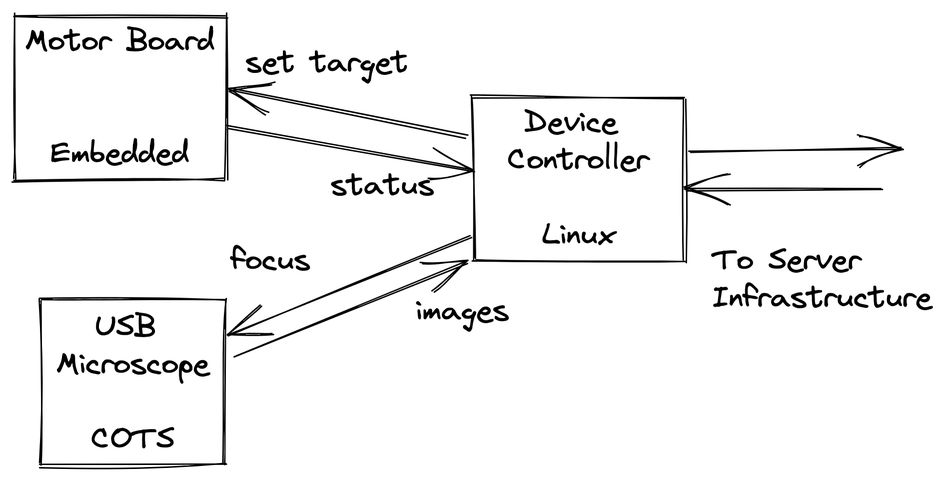
Earlier version of the Excalidraw export passaging-device.excalidraw.png (alsuren/interview-2022-10-31). Source tidied: one line per element, renumbered; positions are measured from the earlier drawing's top-left corner, leaving out a move shared by most shapes.
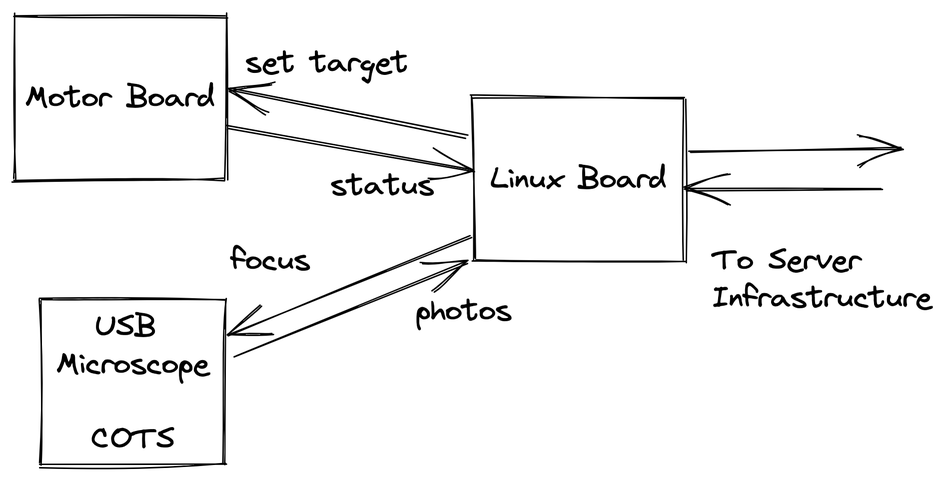
The same file after the commit.

Commit message:
distributed monolith architecture

Change to the diagram source:
```diff
@@ -1,9 +1,9 @@
 {"id": 0, "type": "rectangle", "strokeColor": "#000000", "strokeWidth": 1, "roughness": 1, "x": 0, "y": 0, "width": 140, "height": 110}
-{"id": 1, "type": "text", "text": "Motor Board\n\n\nEmbedded", "strokeColor": "#000000", "strokeWidth": 1, "roughness": 1, "fontSize": 20, "fontFamily": 1, "textAlign": "center", "verticalAlign": "middle", "inside": 0, "x": 5, "y": 5, "width": 130, "height": 100}
+{"id": 1, "type": "text", "text": "Motor Board", "strokeColor": "#000000", "strokeWidth": 1, "roughness": 1, "fontSize": 20, "fontFamily": 1, "textAlign": "center", "verticalAlign": "middle", "inside": 0, "x": 5, "y": 42, "width": 130, "height": 25}
 {"id": 2, "type": "text", "text": "set target", "strokeColor": "#000000", "strokeWidth": 1, "roughness": 1, "fontSize": 20, "fontFamily": 1, "x": 154, "y": 19, "width": 110, "height": 25}
 {"id": 3, "type": "text", "text": "status", "strokeColor": "#000000", "strokeWidth": 1, "roughness": 1, "fontSize": 20, "fontFamily": 1, "x": 211, "y": 101, "width": 70, "height": 25}
 {"id": 4, "type": "rectangle", "strokeColor": "#000000", "strokeWidth": 1, "roughness": 1, "x": 306, "y": 54, "width": 140, "height": 110}
-{"id": 5, "type": "text", "text": "Device \nController\n\nLinux", "strokeColor": "#000000", "strokeWidth": 1, "roughness": 1, "fontSize": 20, "fontFamily": 1, "textAlign": "center", "verticalAlign": "middle", "inside": 4, "x": 311, "y": 59, "width": 130, "height": 100}
+{"id": 5, "type": "text", "text": "Linux Board", "strokeColor": "#000000", "strokeWidth": 1, "roughness": 1, "fontSize": 20, "fontFamily": 1, "textAlign": "center", "verticalAlign": "middle", "inside": 4, "x": 311, "y": 97, "width": 130, "height": 25}
 {"id": 6, "type": "arrow", "strokeColor": "#000000", "strokeWidth": 1, "roughness": 1, "endArrowhead": "arrow", "from": 4, "to": 0, "x": 302, "y": 81, "width": 159, "height": 32, "points": [[0, 0], [-159, -32]]}
 {"id": 7, "type": "arrow", "strokeColor": "#000000", "strokeWidth": 1, "roughness": 1, "endArrowhead": "arrow", "from": 0, "to": 4, "x": 142, "y": 74, "width": 163, "height": 29, "points": [[0, 0], [163, 29]]}
 {"id": 8, "type": "rectangle", "strokeColor": "#000000", "strokeWidth": 1, "roughness": 1, "x": 17, "y": 191, "width": 123, "height": 110}
@@ -11,7 +11,7 @@
 {"id": 10, "type": "arrow", "strokeColor": "#000000", "strokeWidth": 1, "roughness": 1, "endArrowhead": "arrow", "from": 4, "to": 8, "x": 304, "y": 149, "width": 161, "height": 65, "points": [[0, 0], [-161, 65]]}
 {"id": 11, "type": "text", "text": "focus", "strokeColor": "#000000", "strokeWidth": 1, "roughness": 1, "fontSize": 20, "fontFamily": 1, "x": 144, "y": 151, "width": 54, "height": 25}
 {"id": 12, "type": "arrow", "strokeColor": "#000000", "strokeWidth": 1, "roughness": 1, "endArrowhead": "arrow", "from": 8, "to": 4, "x": 147, "y": 228, "width": 155, "height": 63, "points": [[0, 0], [155, -63]]}
-{"id": 13, "type": "text", "text": "images", "strokeColor": "#000000", "strokeWidth": 1, "roughness": 1, "fontSize": 20, "fontFamily": 1, "x": 267, "y": 185, "width": 63, "height": 25}
+{"id": 13, "type": "text", "text": "photos", "strokeColor": "#000000", "strokeWidth": 1, "roughness": 1, "fontSize": 20, "fontFamily": 1, "x": 267, "y": 185, "width": 65, "height": 25}
 {"id": 14, "type": "arrow", "strokeColor": "#000000", "strokeWidth": 1, "roughness": 1, "endArrowhead": "arrow", "from": 4, "x": 450, "y": 91, "width": 140, "height": 2, "points": [[0, 0], [140, -2]]}
 {"id": 15, "type": "arrow", "strokeColor": "#000000", "strokeWidth": 1, "roughness": 1, "endArrowhead": "arrow", "to": 4, "x": 578, "y": 115, "width": 131, "height": 1, "points": [[0, 0], [-131, 1]]}
 {"id": 16, "type": "text", "text": "To Server\nInfrastructure", "strokeColor": "#000000", "strokeWidth": 1, "roughness": 1, "fontSize": 20, "fontFamily": 1, "x": 465, "y": 151, "width": 147, "height": 50}
```
